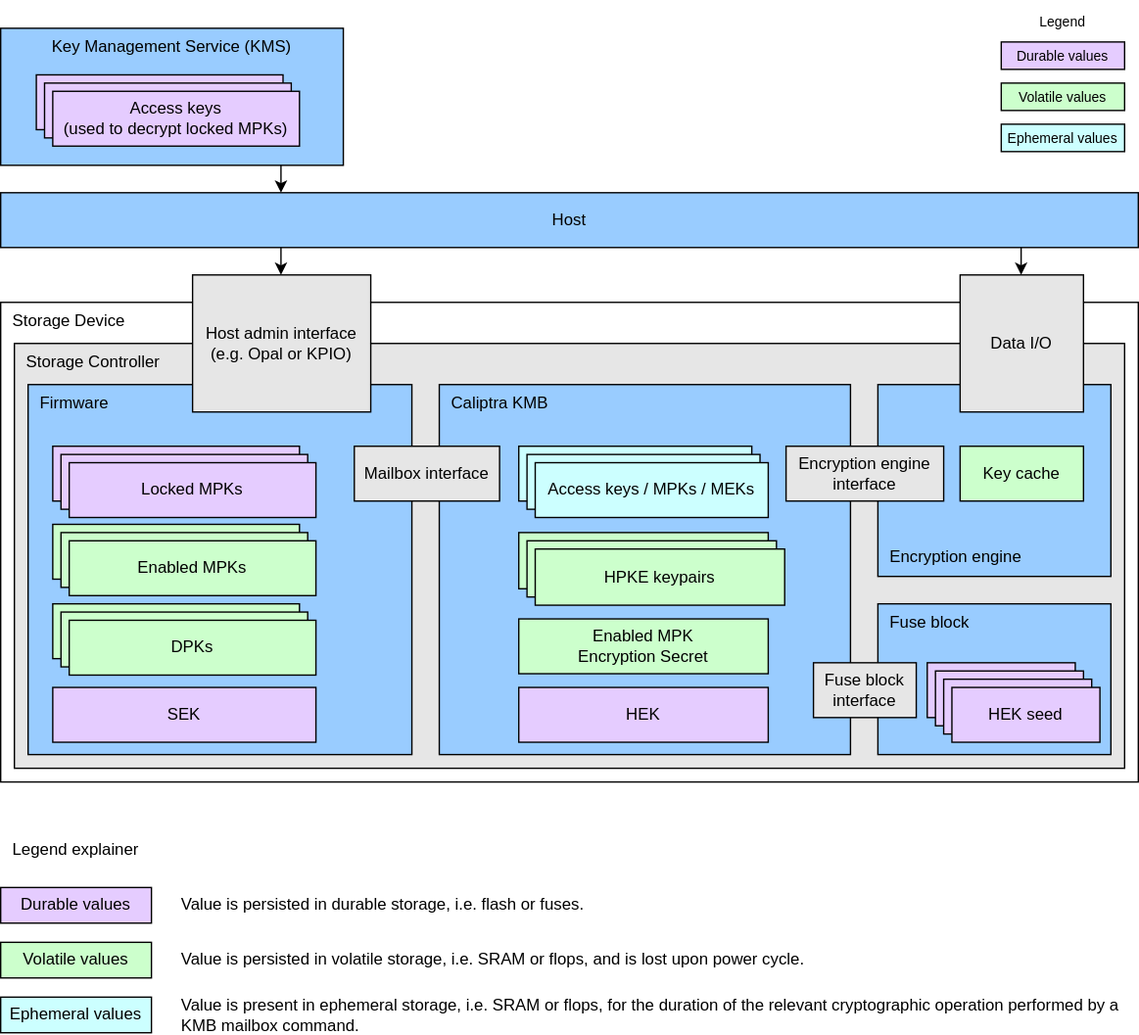
Earlier version of the draw.io export doc/ocp_lock/diagrams/architecture_diagram.drawio.svg (chipsalliance/Caliptra). Source tidied: cells renumbered, new cells last; positions are measured from the earlier drawing's top-left corner, leaving out a move shared by most shapes.
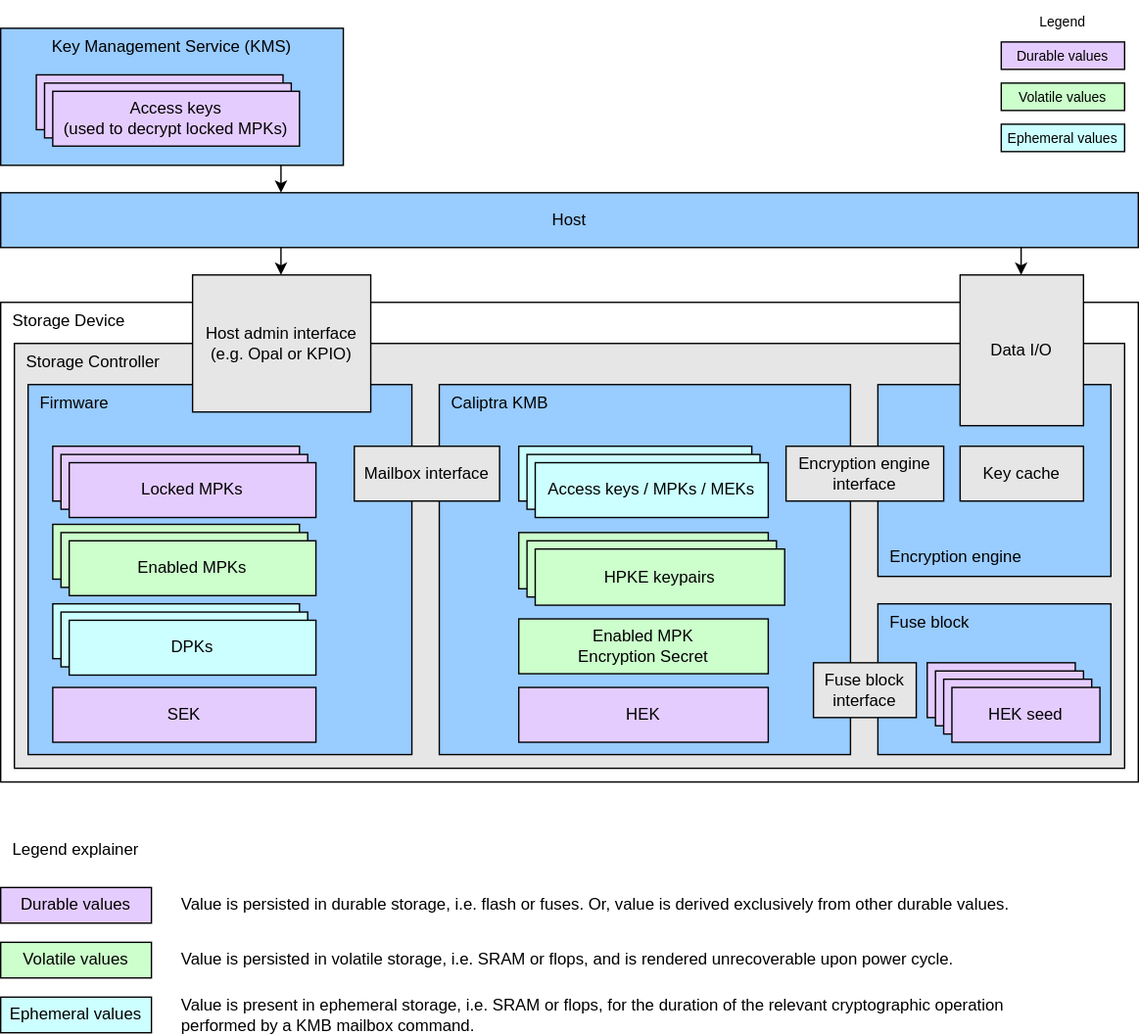
After the change.

The edit, as a diff of the source:
```diff
@@ -32,11 +32,11 @@
     <mxCell id="11" value="&lt;div&gt;&lt;font color=&quot;#000000&quot;&gt;Encryption engine interface&lt;/font&gt;&lt;/div&gt;" style="rounded=0;whiteSpace=wrap;html=1;align=center;verticalAlign=middle;shadow=0;glass=0;spacingLeft=0;spacingBottom=0;spacingTop=0;fillColor=#E6E6E6;" parent="1" vertex="1">
       <mxGeometry x="573" y="325" width="115" height="40" as="geometry" />
     </mxCell>
-    <mxCell id="12" value="&lt;div&gt;&lt;font color=&quot;#000000&quot;&gt;Key cache&lt;/font&gt;&lt;/div&gt;" style="rounded=0;whiteSpace=wrap;html=1;align=center;verticalAlign=middle;shadow=0;glass=0;spacingLeft=0;spacingBottom=0;spacingTop=0;fillColor=#CCFFCC;" parent="1" vertex="1">
+    <mxCell id="12" value="&lt;div&gt;&lt;font color=&quot;#000000&quot;&gt;Key cache&lt;/font&gt;&lt;/div&gt;" style="rounded=0;whiteSpace=wrap;html=1;align=center;verticalAlign=middle;shadow=0;glass=0;spacingLeft=0;spacingBottom=0;spacingTop=0;fillColor=#E6E6E6;" parent="1" vertex="1">
       <mxGeometry x="700" y="325" width="90" height="40" as="geometry" />
     </mxCell>
     <mxCell id="13" value="&lt;div&gt;&lt;font color=&quot;#000000&quot;&gt;Data I/O&lt;/font&gt;&lt;/div&gt;" style="rounded=0;whiteSpace=wrap;html=1;align=center;verticalAlign=middle;shadow=0;glass=0;spacingLeft=0;spacingBottom=0;spacingTop=0;fillColor=#E6E6E6;" parent="1" vertex="1">
-      <mxGeometry x="700" y="200" width="90" height="100" as="geometry" />
+      <mxGeometry x="700" y="200" width="90" height="110" as="geometry" />
     </mxCell>
     <mxCell id="14" value="&lt;div&gt;&lt;font color=&quot;#000000&quot;&gt;Fuse block&lt;/font&gt;&lt;/div&gt;" style="rounded=0;whiteSpace=wrap;html=1;align=left;verticalAlign=top;shadow=0;glass=0;spacingLeft=7;spacingBottom=5;spacingTop=0;fillColor=#99CCFF;" parent="1" vertex="1">
       <mxGeometry x="640" y="440" width="170" height="110" as="geometry" />
@@ -122,13 +122,13 @@
     <mxCell id="38" value="Access keys / MPKs / MEKs" style="rounded=0;whiteSpace=wrap;html=1;align=center;verticalAlign=middle;shadow=0;glass=0;spacingLeft=0;spacingBottom=0;spacingTop=0;fillColor=#CCFFFF;" parent="1" vertex="1">
       <mxGeometry x="390" y="337" width="170" height="40" as="geometry" />
     </mxCell>
-    <mxCell id="39" style="rounded=0;whiteSpace=wrap;html=1;align=center;verticalAlign=middle;shadow=0;glass=0;spacingLeft=0;spacingBottom=0;spacingTop=0;fillColor=#CCFFCC;" parent="1" vertex="1">
+    <mxCell id="39" style="rounded=0;whiteSpace=wrap;html=1;align=center;verticalAlign=middle;shadow=0;glass=0;spacingLeft=0;spacingBottom=0;spacingTop=0;fillColor=#CCFFFF;" parent="1" vertex="1">
       <mxGeometry x="38" y="440" width="180" height="40" as="geometry" />
     </mxCell>
-    <mxCell id="40" style="rounded=0;whiteSpace=wrap;html=1;align=center;verticalAlign=middle;shadow=0;glass=0;spacingLeft=0;spacingBottom=0;spacingTop=0;fillColor=#CCFFCC;" parent="1" vertex="1">
+    <mxCell id="40" style="rounded=0;whiteSpace=wrap;html=1;align=center;verticalAlign=middle;shadow=0;glass=0;spacingLeft=0;spacingBottom=0;spacingTop=0;fillColor=#CCFFFF;" parent="1" vertex="1">
       <mxGeometry x="44" y="446" width="180" height="40" as="geometry" />
     </mxCell>
-    <mxCell id="41" value="DPKs" style="rounded=0;whiteSpace=wrap;html=1;align=center;verticalAlign=middle;shadow=0;glass=0;spacingLeft=0;spacingBottom=0;spacingTop=0;fillColor=#CCFFCC;" parent="1" vertex="1">
+    <mxCell id="41" value="DPKs" style="rounded=0;whiteSpace=wrap;html=1;align=center;verticalAlign=middle;shadow=0;glass=0;spacingLeft=0;spacingBottom=0;spacingTop=0;fillColor=#CCFFFF;" parent="1" vertex="1">
       <mxGeometry x="50" y="452" width="180" height="40" as="geometry" />
     </mxCell>
     <mxCell id="42" value="&lt;div&gt;&lt;font color=&quot;#000000&quot;&gt;Durable values&lt;/font&gt;&lt;/div&gt;" style="rounded=0;whiteSpace=wrap;html=1;align=center;verticalAlign=middle;shadow=0;glass=0;spacingLeft=0;spacingBottom=0;spacingTop=0;fillColor=#E5CCFF;fontSize=12;" parent="1" vertex="1">
@@ -143,14 +143,14 @@
     <mxCell id="45" value="&lt;div&gt;&lt;font color=&quot;#000000&quot;&gt;Ephemeral values&lt;/font&gt;&lt;/div&gt;" style="rounded=0;whiteSpace=wrap;html=1;align=center;verticalAlign=middle;shadow=0;glass=0;spacingLeft=0;spacingBottom=0;spacingTop=0;fillColor=#CCFFFF;fontSize=12;" parent="1" vertex="1">
       <mxGeometry y="727" width="110" height="26" as="geometry" />
     </mxCell>
-    <mxCell id="46" value="Value is persisted in durable storage, i.e. flash or fuses." style="text;strokeColor=none;align=left;fillColor=none;html=1;verticalAlign=middle;whiteSpace=wrap;rounded=0;fontSize=12;" parent="1" vertex="1">
-      <mxGeometry x="130" y="645" width="482.5" height="30" as="geometry" />
+    <mxCell id="46" value="Value is persisted in durable storage, i.e. flash or fuses. Or, value is derived exclusively from other durable values." style="text;strokeColor=none;align=left;fillColor=none;html=1;verticalAlign=middle;whiteSpace=wrap;rounded=0;fontSize=12;" parent="1" vertex="1">
+      <mxGeometry x="130" y="645" width="610" height="30" as="geometry" />
     </mxCell>
-    <mxCell id="47" value="Value is persisted in volatile storage, i.e. SRAM or flops, and is lost upon power cycle." style="text;strokeColor=none;align=left;fillColor=none;html=1;verticalAlign=middle;whiteSpace=wrap;rounded=0;fontSize=12;" parent="1" vertex="1">
-      <mxGeometry x="130" y="687.5" width="482.5" height="25" as="geometry" />
+    <mxCell id="47" value="Value is persisted in volatile storage, i.e. SRAM or flops, and is rendered unrecoverable upon power cycle." style="text;strokeColor=none;align=left;fillColor=none;html=1;verticalAlign=middle;whiteSpace=wrap;rounded=0;fontSize=12;" parent="1" vertex="1">
+      <mxGeometry x="130" y="687.5" width="650" height="25" as="geometry" />
     </mxCell>
     <mxCell id="48" value="Value is present in ephemeral storage, i.e. SRAM or flops, for the duration of the relevant cryptographic operation performed by a KMB mailbox command." style="text;strokeColor=none;align=left;fillColor=none;html=1;verticalAlign=middle;whiteSpace=wrap;rounded=0;fontSize=12;" parent="1" vertex="1">
-      <mxGeometry x="130" y="725" width="700" height="30" as="geometry" />
+      <mxGeometry x="130" y="725" width="630" height="30" as="geometry" />
     </mxCell>
     <mxCell id="49" style="rounded=0;whiteSpace=wrap;html=1;align=center;verticalAlign=middle;shadow=0;glass=0;spacingLeft=0;spacingBottom=0;spacingTop=0;fillColor=#E5CCFF;" parent="1" vertex="1">
       <mxGeometry x="26" y="54" width="180" height="40" as="geometry" />
```
